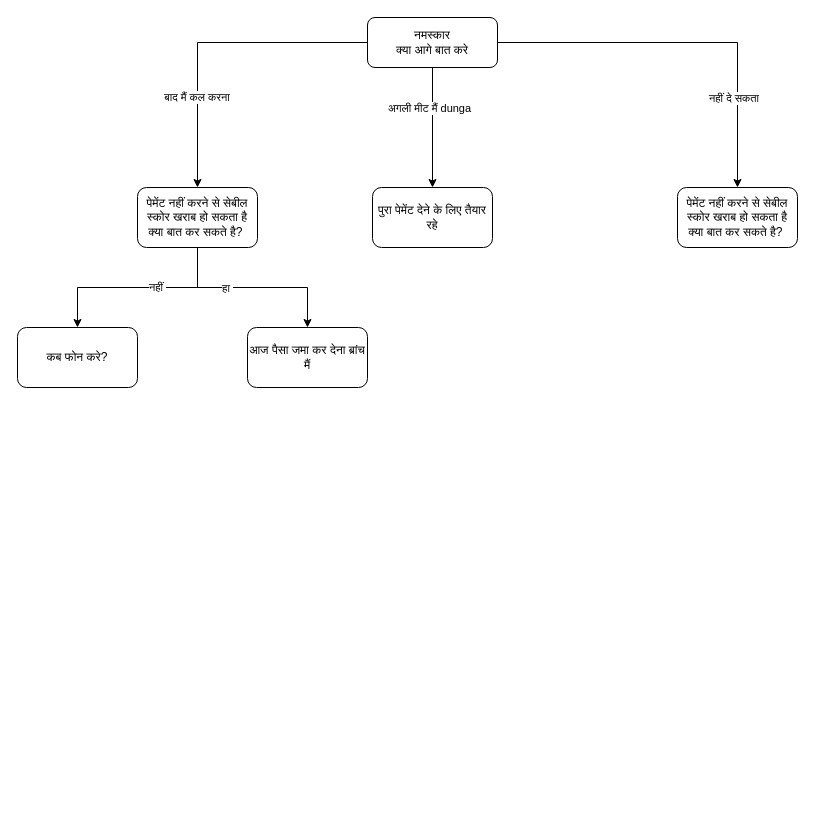
The draw.io diagram drawings/Bot Conversation Flow V1.drawio in PraveenChordia/draw.io, before the edit. Source tidied: cells renumbered, new cells numbered last; positions are measured from the earlier drawing's top-left corner, leaving out a move shared by most shapes. Both pictures are drawn from the tidied source at 100%, with x=0, y=0 at pixel (17, 17).
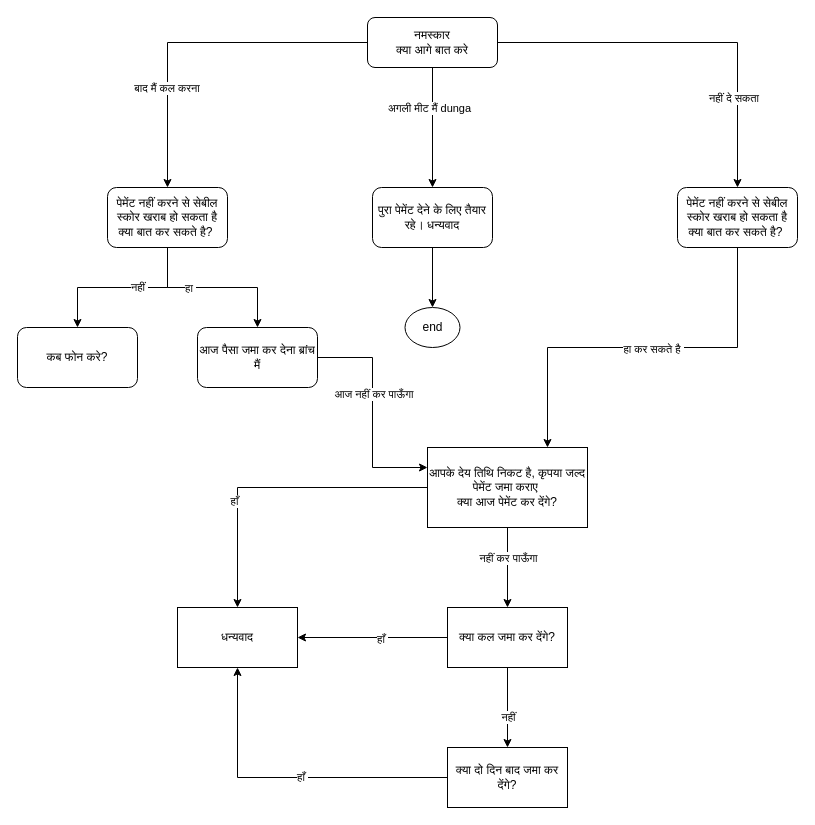
After the change.

The change refers to these unchanged cells:
```xml
<mxCell id="15" value="&lt;span style=&quot;font-family: Helvetica; font-size: 12px; font-style: normal; font-variant-ligatures: normal; font-variant-caps: normal; font-weight: 400; letter-spacing: normal; orphans: 2; text-align: center; text-indent: 0px; text-transform: none; widows: 2; word-spacing: 0px; -webkit-text-stroke-width: 0px; text-decoration-thickness: initial; text-decoration-style: initial; text-decoration-color: initial; float: none; display: inline !important;&quot;&gt;पेमेंट नहीं करने से सेबील स्कोर खराब हो सकता है&lt;/span&gt;&lt;br style=&quot;border-color: var(--border-color); font-family: Helvetica; font-size: 12px; font-style: normal; font-variant-ligatures: normal; font-variant-caps: normal; font-weight: 400; letter-spacing: normal; orphans: 2; text-align: center; text-indent: 0px; text-transform: none; widows: 2; word-spacing: 0px; -webkit-text-stroke-width: 0px; text-decoration-thickness: initial; text-decoration-style: initial; text-decoration-color: initial;&quot;&gt;&lt;span style=&quot;font-family: Helvetica; font-size: 12px; font-style: normal; font-variant-ligatures: normal; font-variant-caps: normal; font-weight: 400; letter-spacing: normal; orphans: 2; text-align: center; text-indent: 0px; text-transform: none; widows: 2; word-spacing: 0px; -webkit-text-stroke-width: 0px; text-decoration-thickness: initial; text-decoration-style: initial; text-decoration-color: initial; float: none; display: inline !important;&quot;&gt;क्या बात कर सकते है?&amp;nbsp;&lt;/span&gt;" style="whiteSpace=wrap;html=1;rounded=1;labelBackgroundColor=none;fontColor=default;" parent="1" vertex="1">
  <mxGeometry x="660" y="170" width="120" height="60" as="geometry" />
</mxCell>
```

What changed in the source:
```diff
@@
     <mxCell id="13" value="पेमेंट नहीं करने से सेबील स्कोर खराब हो सकता है&lt;br&gt;क्या बात कर सकते है?&amp;nbsp;" style="whiteSpace=wrap;html=1;rounded=1;" parent="1" vertex="1">
-      <mxGeometry x="120" y="170" width="120" height="60" as="geometry" />
+      <mxGeometry x="90" y="170" width="120" height="60" as="geometry" />
     </mxCell>
+    <mxCell id="18" style="edgeStyle=orthogonalEdgeStyle;rounded=0;jettySize=auto;html=1;" parent="1" edge="1" source="14" target="34">
+      <mxGeometry relative="1" as="geometry" />
+    </mxCell>
-    <mxCell id="14" value="पुरा पेमेंट देने के लिए तैयार रहे" style="whiteSpace=wrap;html=1;rounded=1;" parent="1" vertex="1">
+    <mxCell id="14" value="पुरा पेमेंट देने के लिए तैयार रहे। धन्यवाद" style="whiteSpace=wrap;html=1;rounded=1;" parent="1" vertex="1">
       <mxGeometry x="355" y="170" width="120" height="60" as="geometry" />
     </mxCell>
+    <mxCell id="19" style="edgeStyle=orthogonalEdgeStyle;rounded=0;jettySize=auto;html=1;entryX=0.75;entryY=0;entryDx=0;entryDy=0;exitX=0.5;exitY=1;exitDx=0;exitDy=0;" parent="1" edge="1" source="15" target="27">
+      <mxGeometry relative="1" as="geometry" />
+    </mxCell>
+    <mxCell id="20" value="हा कर सकते है&amp;nbsp;" style="edgeLabel;html=1;align=center;verticalAlign=middle;" parent="19" vertex="1">
+      <mxGeometry x="-0.05" y="1" relative="1" as="geometry" />
+    </mxCell>
@@
+    <mxCell id="21" style="edgeStyle=orthogonalEdgeStyle;rounded=0;jettySize=auto;html=1;entryX=0;entryY=0.25;entryDx=0;entryDy=0;" parent="1" edge="1" source="16" target="27">
+      <mxGeometry relative="1" as="geometry" />
+    </mxCell>
+    <mxCell id="22" value="आज नहीं कर पाऊँगा&amp;nbsp;" style="edgeLabel;html=1;align=center;verticalAlign=middle;" parent="21" vertex="1">
+      <mxGeometry x="-0.17" y="2" relative="1" as="geometry" />
+    </mxCell>
     <mxCell id="16" value="आज पैसा जमा कर देना ब्रांच मैं" style="whiteSpace=wrap;html=1;rounded=1;" parent="1" vertex="1">
-      <mxGeometry x="230" y="310" width="120" height="60" as="geometry" />
+      <mxGeometry x="180" y="310" width="120" height="60" as="geometry" />
     </mxCell>
@@
+    <mxCell id="23" style="edgeStyle=orthogonalEdgeStyle;rounded=0;jettySize=auto;html=1;" parent="1" edge="1" source="27" target="28">
+      <mxGeometry relative="1" as="geometry" />
+    </mxCell>
+    <mxCell id="24" value="हाँ" style="edgeLabel;html=1;align=center;verticalAlign=middle;" parent="23" vertex="1">
+      <mxGeometry x="0.31" y="-4" relative="1" as="geometry" />
+    </mxCell>
+    <mxCell id="25" style="edgeStyle=orthogonalEdgeStyle;rounded=0;jettySize=auto;html=1;" parent="1" edge="1" source="27" target="33">
+      <mxGeometry relative="1" as="geometry" />
+    </mxCell>
+    <mxCell id="26" value="नहीं कर पाऊँगा" style="edgeLabel;html=1;align=center;verticalAlign=middle;" parent="25" vertex="1">
+      <mxGeometry x="-0.25" relative="1" as="geometry" />
+    </mxCell>
+    <mxCell id="27" value="आपके देय तिथि निकट है, कृपया जल्द पेमेंट जमा कराए&amp;nbsp;&lt;br&gt;क्या आज पेमेंट कर देंगे?" style="whiteSpace=wrap;html=1;" parent="1" vertex="1">
+      <mxGeometry x="410" y="430" width="160" height="80" as="geometry" />
+    </mxCell>
+    <mxCell id="28" value="धन्यवाद" style="whiteSpace=wrap;html=1;" parent="1" vertex="1">
+      <mxGeometry x="160" y="590" width="120" height="60" as="geometry" />
+    </mxCell>
+    <mxCell id="29" style="edgeStyle=orthogonalEdgeStyle;rounded=0;jettySize=auto;html=1;entryX=1;entryY=0.5;entryDx=0;entryDy=0;" parent="1" edge="1" source="33" target="28">
+      <mxGeometry relative="1" as="geometry" />
+    </mxCell>
+    <mxCell id="30" value="हाँ&amp;nbsp;" style="edgeLabel;html=1;align=center;verticalAlign=middle;" parent="29" vertex="1">
+      <mxGeometry x="-0.12" y="1" relative="1" as="geometry" />
+    </mxCell>
+    <mxCell id="31" style="edgeStyle=orthogonalEdgeStyle;rounded=0;jettySize=auto;html=1;" parent="1" edge="1" source="33" target="37">
+      <mxGeometry relative="1" as="geometry" />
+    </mxCell>
+    <mxCell id="32" value="नहीं" style="edgeLabel;html=1;align=center;verticalAlign=middle;" parent="31" vertex="1">
+      <mxGeometry x="0.22" relative="1" as="geometry" />
+    </mxCell>
+    <mxCell id="33" value="क्या कल जमा कर देंगे?&lt;br&gt;" style="whiteSpace=wrap;html=1;" parent="1" vertex="1">
+      <mxGeometry x="430" y="590" width="120" height="60" as="geometry" />
+    </mxCell>
+    <mxCell id="34" value="end" style="ellipse;whiteSpace=wrap;html=1;rounded=1;" parent="1" vertex="1">
+      <mxGeometry x="387.5" y="290" width="55" height="40" as="geometry" />
+    </mxCell>
+    <mxCell id="35" style="edgeStyle=orthogonalEdgeStyle;rounded=0;jettySize=auto;html=1;entryX=0.5;entryY=1;entryDx=0;entryDy=0;" parent="1" edge="1" source="37" target="28">
+      <mxGeometry relative="1" as="geometry" />
+    </mxCell>
+    <mxCell id="36" value="हाँ&amp;nbsp;" style="edgeLabel;html=1;align=center;verticalAlign=middle;" parent="35" vertex="1">
+      <mxGeometry x="-0.09" y="-1" relative="1" as="geometry" />
+    </mxCell>
+    <mxCell id="37" value="क्या दो दिन बाद जमा कर देंगे?" style="whiteSpace=wrap;html=1;" parent="1" vertex="1">
+      <mxGeometry x="430" y="730" width="120" height="60" as="geometry" />
+    </mxCell>
```
